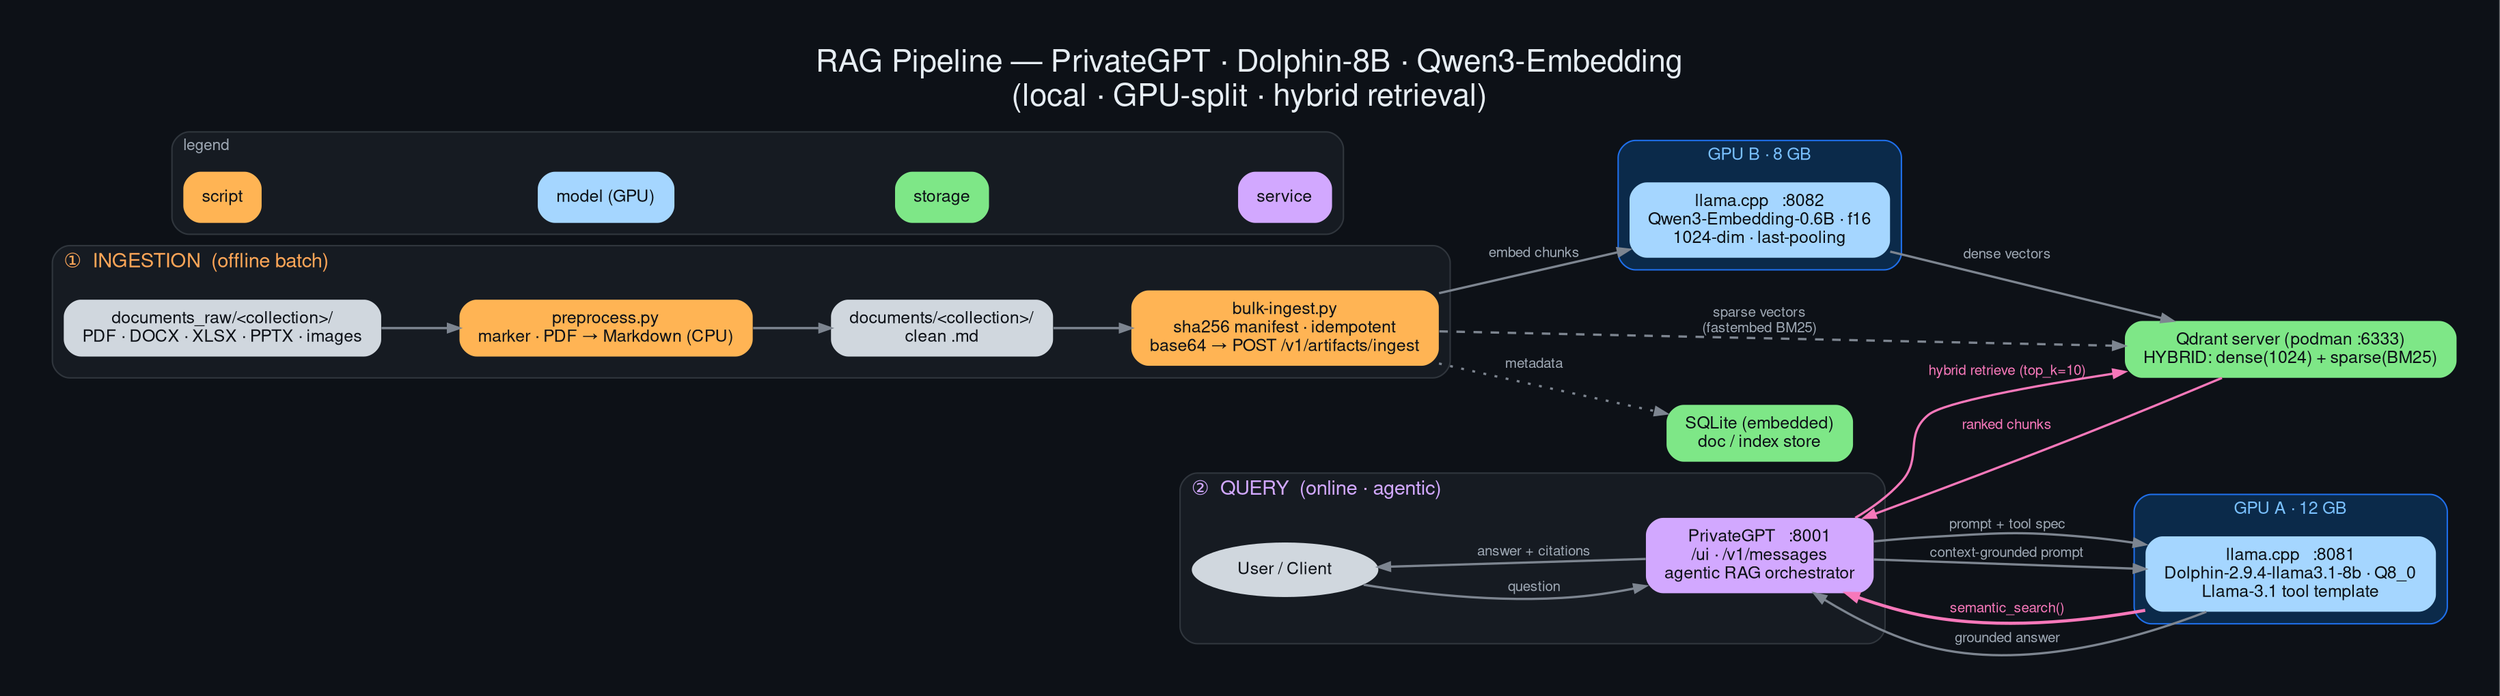
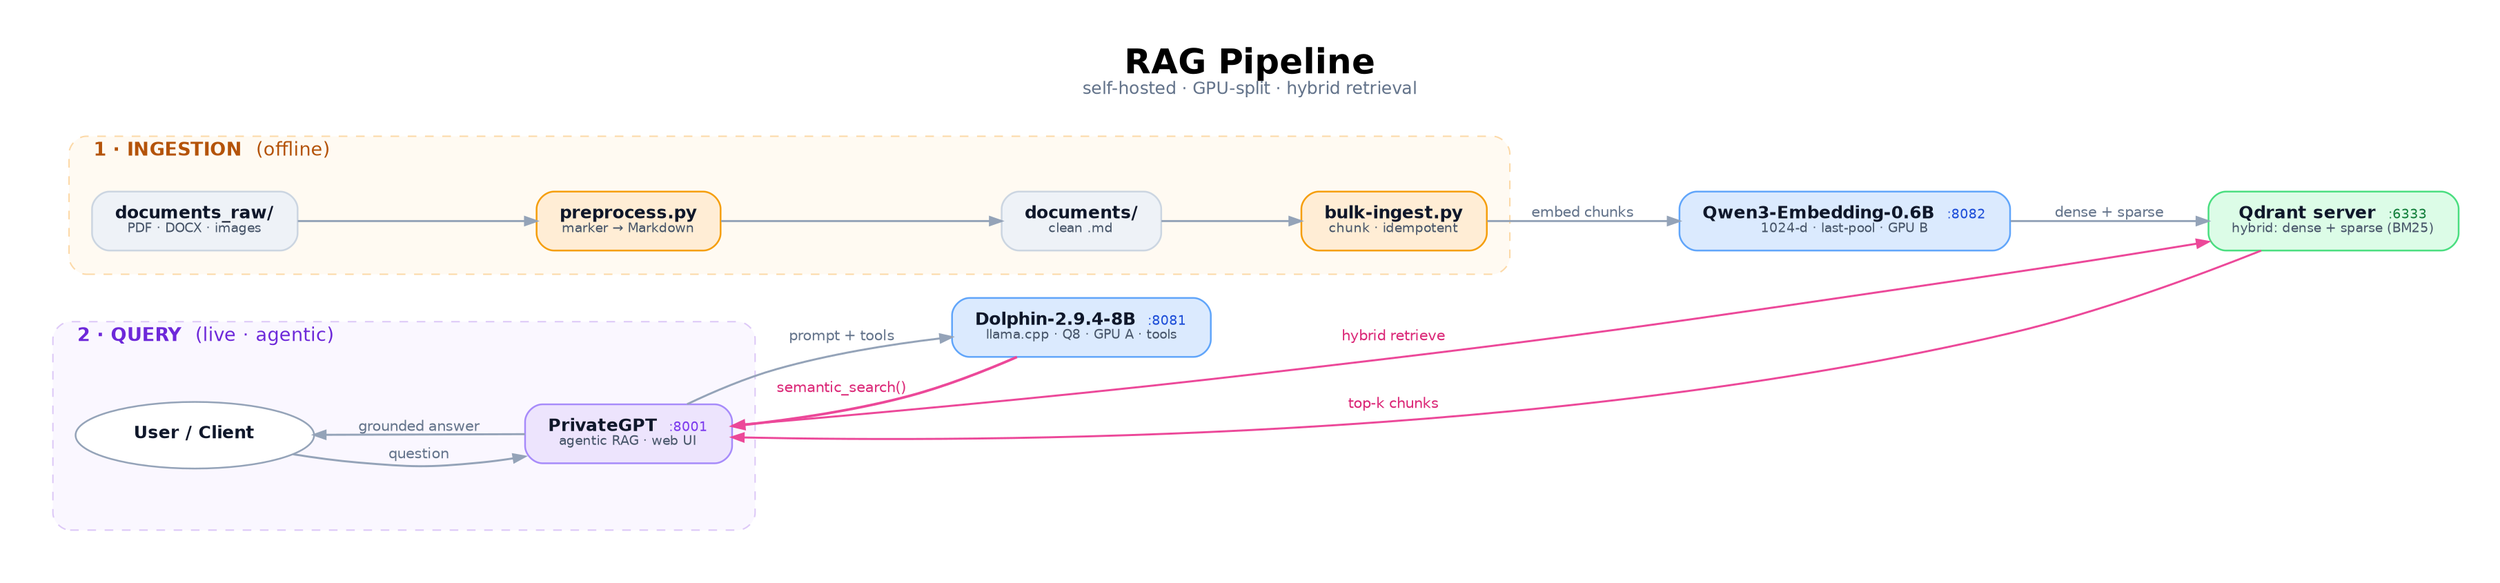
- // RAG pipeline diagram — render with:  dot -Tsvg pipeline.dot -o ../assets/pipeline.svg
- //                                       dot -Tpng -Gdpi=150 pipeline.dot -o ../assets/pipeline.png
- digraph RAGPipeline {
+ // RAG pipeline diagram — render:
+ //   dot -Tsvg pipeline.dot -o ../assets/pipeline.svg
+ //   dot -Tpng -Gdpi=160 pipeline.dot -o ../assets/pipeline.png
+ digraph RAG {
  rankdir=LR;
-   bgcolor="#0d1117";
-   fontname="Helvetica,Arial,sans-serif"; fontcolor="#e6edf3"; fontsize=22;
+   bgcolor="#ffffff";
+   fontname="DejaVu Sans";
  labelloc="t";
-   label="RAG Pipeline — PrivateGPT · Dolphin-8B · Qwen3-Embedding\n(local · GPU-split · hybrid retrieval)";
-   pad=0.4; nodesep=0.38; ranksep=0.75;
-   node [shape=box style="rounded,filled" fontname="Helvetica,Arial,sans-serif" fontcolor="#0d1117" penwidth=0 margin="0.18,0.10" fontsize=12];
-   edge [color="#7d8590" fontname="Helvetica,Arial,sans-serif" fontcolor="#9da7b3" fontsize=10 penwidth=1.6 arrowsize=0.8];
+   label=<<FONT POINT-SIZE="24"><B>RAG Pipeline</B></FONT><BR ALIGN="CENTER"/><FONT POINT-SIZE="12" COLOR="#64748b">self-hosted &#183; GPU-split &#183; hybrid retrieval</FONT><BR/> >;
+   pad=0.4; nodesep=0.45; ranksep=0.85; splines=spline;

+   node [shape=box style="rounded,filled" fontname="DejaVu Sans" fontsize=12
+         color="#cbd5e1" penwidth=1.2 margin="0.22,0.14" fontcolor="#0f172a"];
+   edge [fontname="DejaVu Sans" fontsize=10 color="#94a3b8" fontcolor="#64748b"
+         arrowsize=0.8 penwidth=1.4];
+ 
+   // ---------- INGESTION (offline) ----------
  subgraph cluster_ingest {
-     label="①  INGESTION  (offline batch)"; labeljust="l";
-     style="rounded,filled"; fillcolor="#161b22"; color="#30363d"; fontcolor="#ffa657"; fontsize=14;
-     raw [label="documents_raw/<collection>/\nPDF · DOCX · XLSX · PPTX · images" fillcolor="#d0d7de"];
-     pre [label="preprocess.py\nmarker · PDF → Markdown (CPU)" fillcolor="#ffb454"];
-     md  [label="documents/<collection>/\nclean .md" fillcolor="#d0d7de"];
-     ing [label="bulk-ingest.py\nsha256 manifest · idempotent\nbase64 → POST /v1/artifacts/ingest" fillcolor="#ffb454"];
+     label=<<FONT POINT-SIZE="13" COLOR="#b45309"><B>  1 · INGESTION</B>  (offline)</FONT>>;
+     labeljust="l"; style="rounded,filled,dashed"; fillcolor="#fffaf2"; color="#fcd9a8"; margin=16;
+     raw  [label=<<B>documents_raw/</B><BR/><FONT POINT-SIZE="9.5" COLOR="#475569">PDF · DOCX · images</FONT>> fillcolor="#eef2f7"];
+     pre  [label=<<B>preprocess.py</B><BR/><FONT POINT-SIZE="9.5" COLOR="#475569">marker → Markdown</FONT>> fillcolor="#ffedd5" color="#f59e0b"];
+     md   [label=<<B>documents/</B><BR/><FONT POINT-SIZE="9.5" COLOR="#475569">clean .md</FONT>> fillcolor="#eef2f7"];
+     ing  [label=<<B>bulk-ingest.py</B><BR/><FONT POINT-SIZE="9.5" COLOR="#475569">chunk · idempotent</FONT>> fillcolor="#ffedd5" color="#f59e0b"];
+     raw -> pre -> md -> ing;
  }

+   // ---------- QUERY (live, agentic) ----------
  subgraph cluster_query {
-     label="②  QUERY  (online · agentic)"; labeljust="l";
-     style="rounded,filled"; fillcolor="#161b22"; color="#30363d"; fontcolor="#d2a8ff"; fontsize=14;
-     user [label="User / Client" shape=ellipse fillcolor="#d0d7de"];
-     pgpt [label="PrivateGPT   :8001\n/ui · /v1/messages\nagentic RAG orchestrator" fillcolor="#d2a8ff"];
+     label=<<FONT POINT-SIZE="13" COLOR="#6d28d9"><B>  2 · QUERY</B>  (live · agentic)</FONT>>;
+     labeljust="l"; style="rounded,filled,dashed"; fillcolor="#faf7ff"; color="#ddc9f7"; margin=16;
+     user [label=<<B>User / Client</B>> shape=ellipse fillcolor="#ffffff" color="#94a3b8"];
+     pg   [label=<<B>PrivateGPT</B>  <FONT POINT-SIZE="9" COLOR="#7c3aed">:8001</FONT><BR/><FONT POINT-SIZE="9.5" COLOR="#475569">agentic RAG · web UI</FONT>> fillcolor="#ede4fd" color="#a78bfa"];
+     user -> pg [label="question"];
+     pg -> user [label="grounded answer"];
  }

-   subgraph cluster_3060 {
-     label="GPU A · 12 GB"; style="rounded,filled"; fillcolor="#0b2a4a"; color="#1f6feb"; fontcolor="#79c0ff"; fontsize=12;
-     llm [label="llama.cpp   :8081\nDolphin-2.9.4-llama3.1-8b · Q8_0\nLlama-3.1 tool template" fillcolor="#a5d6ff"];
-   }
-   subgraph cluster_1080 {
-     label="GPU B · 8 GB"; style="rounded,filled"; fillcolor="#0b2a4a"; color="#1f6feb"; fontcolor="#79c0ff"; fontsize=12;
-     emb [label="llama.cpp   :8082\nQwen3-Embedding-0.6B · f16\n1024-dim · last-pooling" fillcolor="#a5d6ff"];
-   }
+   // ---------- models (GPU) + stores ----------
+   llm  [label=<<B>Dolphin-2.9.4-8B</B>  <FONT POINT-SIZE="9" COLOR="#1d4ed8">:8081</FONT><BR/><FONT POINT-SIZE="9.5" COLOR="#475569">llama.cpp · Q8 · GPU A · tools</FONT>> fillcolor="#dbeafe" color="#60a5fa"];
+   emb  [label=<<B>Qwen3-Embedding-0.6B</B>  <FONT POINT-SIZE="9" COLOR="#1d4ed8">:8082</FONT><BR/><FONT POINT-SIZE="9.5" COLOR="#475569">1024-d · last-pool · GPU B</FONT>> fillcolor="#dbeafe" color="#60a5fa"];
+   qd   [label=<<B>Qdrant server</B>  <FONT POINT-SIZE="9" COLOR="#15803d">:6333</FONT><BR/><FONT POINT-SIZE="9.5" COLOR="#475569">hybrid: dense + sparse (BM25)</FONT>> fillcolor="#dcfce7" color="#4ade80"];

-   store [label="Qdrant server (podman :6333)\nHYBRID: dense(1024) + sparse(BM25)" fillcolor="#7ee787"];
-   sql   [label="SQLite (embedded)\ndoc / index store" fillcolor="#7ee787"];
+   // ingestion → vectors
+   ing -> emb [label="embed chunks"];
+   emb -> qd  [label="dense + sparse"];

-   // ingestion edges
-   raw -> pre -> md -> ing;
-   ing -> emb  [label="embed chunks"];
-   emb -> store [label="dense vectors"];
-   ing -> store [label="sparse vectors\n(fastembed BM25)" style=dashed];
-   ing -> sql   [label="metadata" style=dotted];
- 
-   // query edges (agentic loop highlighted in pink)
-   user -> pgpt [label="question"];
-   pgpt -> llm  [label="prompt + tool spec"];
-   llm  -> pgpt [label="semantic_search()" color="#f778ba" fontcolor="#f778ba" penwidth=2.2];
-   pgpt -> store [label="hybrid retrieve (top_k=10)" color="#f778ba" fontcolor="#f778ba"];
-   store -> pgpt [label="ranked chunks" color="#f778ba" fontcolor="#f778ba"];
-   pgpt -> llm  [label="context-grounded prompt"];
-   llm  -> pgpt [label="grounded answer"];
-   pgpt -> user [label="answer + citations"];
- 
-   // legend
-   subgraph cluster_legend {
-     label="legend"; labeljust="l"; style="rounded,filled"; fillcolor="#161b22"; color="#30363d"; fontcolor="#9da7b3"; fontsize=11;
-     l_script [label="script" fillcolor="#ffb454"];
-     l_model  [label="model (GPU)" fillcolor="#a5d6ff"];
-     l_store  [label="storage" fillcolor="#7ee787"];
-     l_svc    [label="service" fillcolor="#d2a8ff"];
-     l_script -> l_model [style=invis]; l_model -> l_store [style=invis]; l_store -> l_svc [style=invis];
-   }
+   // query ↔ retrieval (agentic loop)
+   pg -> llm [label="prompt + tools"];
+   llm -> pg [label=<<FONT COLOR="#db2777">semantic_search()</FONT>> color="#ec4899" fontcolor="#db2777" penwidth=1.8];
+   pg -> qd [label=<<FONT COLOR="#db2777">hybrid retrieve</FONT>> color="#ec4899" fontcolor="#db2777" constraint=false];
+   qd -> pg [label=<<FONT COLOR="#db2777">top-k chunks</FONT>> color="#ec4899" fontcolor="#db2777" constraint=false];
}
